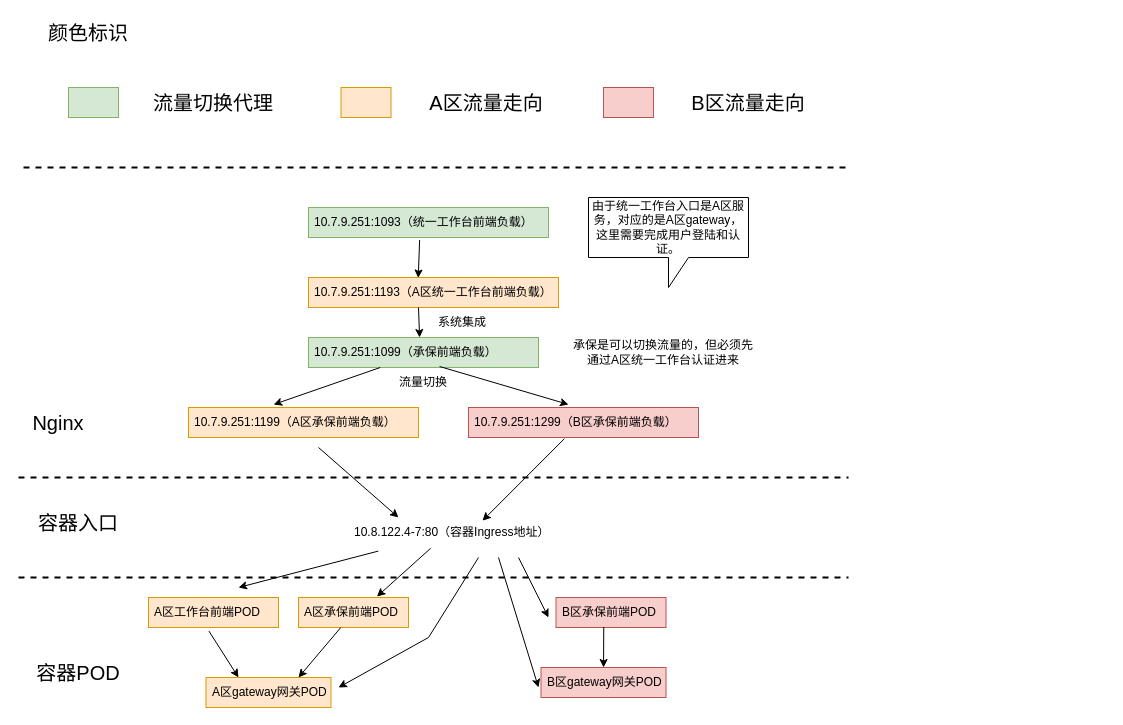
The draw.io diagram page "第 1 页" (1 of 4) of 网关代理架构图.drawio in java-zengguang/images, before the edit. Source tidied: cells renumbered, new cells numbered last; positions are measured from the earlier drawing's top-left corner, leaving out a move shared by most shapes. Both pictures are drawn from the tidied source at 100%, with x=0, y=0 at pixel (18, 17).
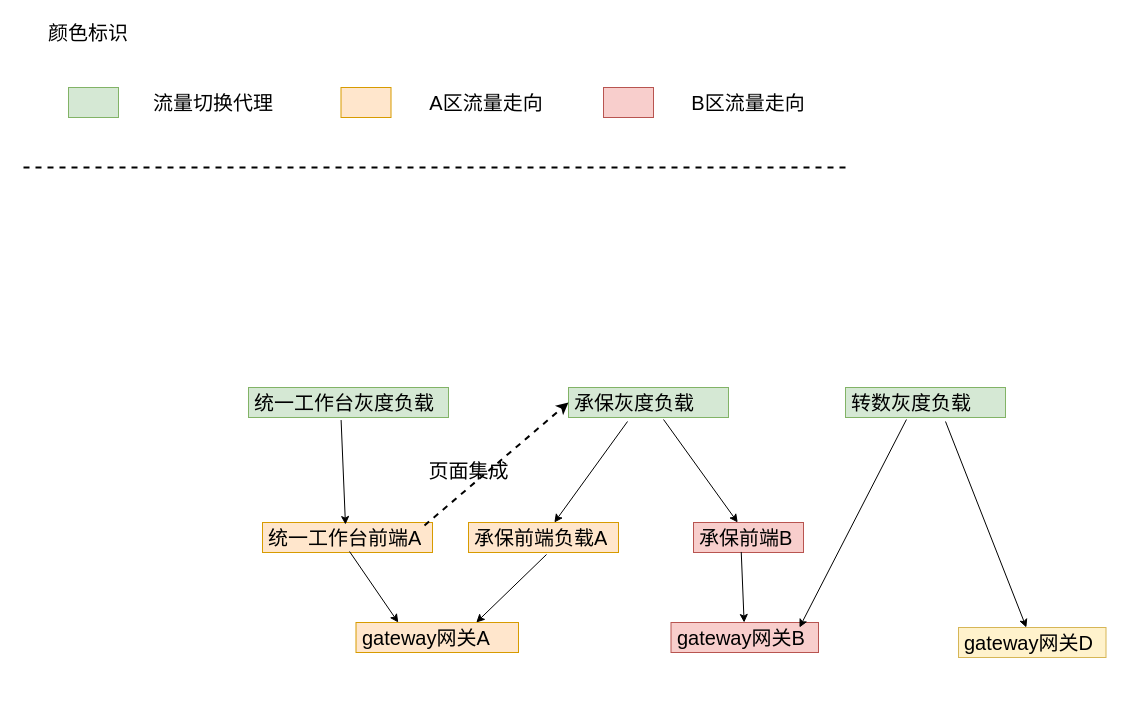
After the change.

What changed in the source:
```diff
@@
-    <mxCell id="2" style="endArrow=none;dashed=1;html=1;rounded=0;strokeWidth=2;" parent="1" edge="1">
-      <mxGeometry relative="1" as="geometry">
-        <mxPoint y="460" as="sourcePoint" />
-        <mxPoint x="830" y="460" as="targetPoint" />
-      </mxGeometry>
-    </mxCell>
-    <mxCell id="3" value="&lt;font style=&quot;font-size: 20px;&quot;&gt;Nginx&lt;/font&gt;" style="text;html=1;align=center;verticalAlign=middle;whiteSpace=wrap;rounded=0;" parent="1" vertex="1">
-      <mxGeometry x="10" y="390" width="60" height="30" as="geometry" />
-    </mxCell>
-    <mxCell id="4" value="10.7.9.251:1093（统一工作台前端负载）" style="text;strokeColor=#82b366;fillColor=#d5e8d4;align=left;verticalAlign=middle;spacingLeft=4;spacingRight=4;overflow=hidden;points=[[0,0.5],[1,0.5]];portConstraint=eastwest;whiteSpace=wrap;html=1;" parent="1" vertex="1">
-      <mxGeometry x="290" y="190" width="240" height="30" as="geometry" />
+    <mxCell id="4" value="&lt;font style=&quot;font-size: 20px;&quot;&gt;统一工作台灰度负载&lt;/font&gt;" style="text;strokeColor=#82b366;fillColor=#d5e8d4;align=left;verticalAlign=middle;spacingLeft=4;spacingRight=4;overflow=hidden;points=[[0,0.5],[1,0.5]];portConstraint=eastwest;whiteSpace=wrap;html=1;" parent="1" vertex="1">
+      <mxGeometry x="230" y="370" width="200" height="30" as="geometry" />
     </mxCell>
-    <mxCell id="5" value="10.7.9.251:1193（A区统一工作台前端负载）" style="text;strokeColor=#d79b00;fillColor=#ffe6cc;align=left;verticalAlign=middle;spacingLeft=4;spacingRight=4;overflow=hidden;points=[[0,0.5],[1,0.5]];portConstraint=eastwest;whiteSpace=wrap;html=1;" parent="1" vertex="1">
-      <mxGeometry x="290" y="260" width="250" height="30" as="geometry" />
+    <mxCell id="5" value="&lt;font style=&quot;font-size: 20px;&quot;&gt;统一工作台前端A&lt;/font&gt;" style="text;strokeColor=#d79b00;fillColor=#ffe6cc;align=left;verticalAlign=middle;spacingLeft=4;spacingRight=4;overflow=hidden;points=[[0,0.5],[1,0.5]];portConstraint=eastwest;whiteSpace=wrap;html=1;" parent="1" vertex="1">
+      <mxGeometry x="244" y="505" width="170" height="30" as="geometry" />
     </mxCell>
-    <mxCell id="6" style="endArrow=classic;html=1;rounded=0;exitX=0.463;exitY=1.085;exitDx=0;exitDy=0;exitPerimeter=0;entryX=0.439;entryY=0.016;entryDx=0;entryDy=0;entryPerimeter=0;" parent="1" edge="1" source="4" target="5">
+    <mxCell id="6" style="endArrow=classic;html=1;rounded=0;exitX=0.463;exitY=1.085;exitDx=0;exitDy=0;exitPerimeter=0;entryX=0.488;entryY=0.067;entryDx=0;entryDy=0;entryPerimeter=0;" parent="1" edge="1" source="4" target="5">
       <mxGeometry relative="1" as="geometry" />
     </mxCell>
-    <mxCell id="7" value="10.7.9.251:1099（承保前端负载）" style="text;strokeColor=#82b366;fillColor=#d5e8d4;align=left;verticalAlign=middle;spacingLeft=4;spacingRight=4;overflow=hidden;points=[[0,0.5],[1,0.5]];portConstraint=eastwest;whiteSpace=wrap;html=1;" parent="1" vertex="1">
-      <mxGeometry x="290" y="320" width="230" height="30" as="geometry" />
+    <mxCell id="7" value="&lt;font style=&quot;font-size: 20px;&quot;&gt;承保灰度负载&lt;/font&gt;" style="text;strokeColor=#82b366;fillColor=#d5e8d4;align=left;verticalAlign=middle;spacingLeft=4;spacingRight=4;overflow=hidden;points=[[0,0.5],[1,0.5]];portConstraint=eastwest;whiteSpace=wrap;html=1;" parent="1" vertex="1">
+      <mxGeometry x="550" y="370" width="160" height="30" as="geometry" />
     </mxCell>
-    <mxCell id="8" value="10.7.9.251:1199（A区承保前端负载）" style="text;strokeColor=#d79b00;fillColor=#ffe6cc;align=left;verticalAlign=middle;spacingLeft=4;spacingRight=4;overflow=hidden;points=[[0,0.5],[1,0.5]];portConstraint=eastwest;whiteSpace=wrap;html=1;" parent="1" vertex="1">
-      <mxGeometry x="170" y="390" width="230" height="30" as="geometry" />
+    <mxCell id="8" value="&lt;font style=&quot;font-size: 20px;&quot;&gt;承保前端负载A&lt;/font&gt;" style="text;strokeColor=#d79b00;fillColor=#ffe6cc;align=left;verticalAlign=middle;spacingLeft=4;spacingRight=4;overflow=hidden;points=[[0,0.5],[1,0.5]];portConstraint=eastwest;whiteSpace=wrap;html=1;" parent="1" vertex="1">
+      <mxGeometry x="450" y="505" width="150" height="30" as="geometry" />
     </mxCell>
-    <mxCell id="9" value="10.7.9.251:1299（B区承保前端负载）" style="text;strokeColor=#b85450;fillColor=#f8cecc;align=left;verticalAlign=middle;spacingLeft=4;spacingRight=4;overflow=hidden;points=[[0,0.5],[1,0.5]];portConstraint=eastwest;whiteSpace=wrap;html=1;" parent="1" vertex="1">
-      <mxGeometry x="450" y="390" width="230" height="30" as="geometry" />
-    </mxCell>
-    <mxCell id="10" style="endArrow=classic;html=1;rounded=0;entryX=0.37;entryY=-0.1;entryDx=0;entryDy=0;entryPerimeter=0;" parent="1" edge="1" source="7" target="8">
-      <mxGeometry relative="1" as="geometry" />
-    </mxCell>
-    <mxCell id="11" style="endArrow=classic;html=1;rounded=0;entryX=0.435;entryY=-0.1;entryDx=0;entryDy=0;entryPerimeter=0;exitX=0.57;exitY=0.967;exitDx=0;exitDy=0;exitPerimeter=0;" parent="1" edge="1" source="7" target="9">
-      <mxGeometry relative="1" as="geometry" />
-    </mxCell>
-    <mxCell id="12" style="endArrow=classic;html=1;rounded=0;entryX=0.483;entryY=0;entryDx=0;entryDy=0;entryPerimeter=0;" parent="1" edge="1" target="7">
-      <mxGeometry relative="1" as="geometry">
-        <mxPoint x="400" y="290" as="sourcePoint" />
-        <Array as="points">
-          <mxPoint x="400" y="290" />
-        </Array>
-      </mxGeometry>
-    </mxCell>
-    <mxCell id="13" value="系统集成" style="text;html=1;align=center;verticalAlign=middle;whiteSpace=wrap;rounded=0;" parent="1" vertex="1">
-      <mxGeometry x="414" y="290" width="60" height="30" as="geometry" />
-    </mxCell>
-    <mxCell id="14" value="流量切换" style="text;html=1;align=center;verticalAlign=middle;whiteSpace=wrap;rounded=0;" parent="1" vertex="1">
-      <mxGeometry x="375" y="350" width="60" height="30" as="geometry" />
-    </mxCell>
-    <mxCell id="15" value="&lt;font style=&quot;font-size: 20px;&quot;&gt;容器入口&lt;/font&gt;" style="text;html=1;align=center;verticalAlign=middle;whiteSpace=wrap;rounded=0;" parent="1" vertex="1">
-      <mxGeometry x="10" y="490" width="100" height="30" as="geometry" />
-    </mxCell>
-    <mxCell id="16" value="10.8.122.4-7:80（容器Ingress地址）" style="text;strokeColor=none;fillColor=none;align=left;verticalAlign=middle;spacingLeft=4;spacingRight=4;overflow=hidden;points=[[0,0.5],[1,0.5]];portConstraint=eastwest;whiteSpace=wrap;html=1;" parent="1" vertex="1">
-      <mxGeometry x="330" y="500" width="210" height="30" as="geometry" />
-    </mxCell>
-    <mxCell id="17" value="A区工作台前端POD" style="text;strokeColor=#d79b00;fillColor=#ffe6cc;align=left;verticalAlign=middle;spacingLeft=4;spacingRight=4;overflow=hidden;points=[[0,0.5],[1,0.5]];portConstraint=eastwest;whiteSpace=wrap;html=1;" parent="1" vertex="1">
-      <mxGeometry x="130" y="580" width="130" height="30" as="geometry" />
-    </mxCell>
-    <mxCell id="18" value="B区承保前端POD" style="text;strokeColor=#b85450;fillColor=#f8cecc;align=left;verticalAlign=middle;spacingLeft=4;spacingRight=4;overflow=hidden;points=[[0,0.5],[1,0.5]];portConstraint=eastwest;whiteSpace=wrap;html=1;" parent="1" vertex="1">
-      <mxGeometry x="537.5" y="580" width="110" height="30" as="geometry" />
+    <mxCell id="18" value="&lt;font style=&quot;font-size: 20px;&quot;&gt;承保前端B&lt;/font&gt;" style="text;strokeColor=#b85450;fillColor=#f8cecc;align=left;verticalAlign=middle;spacingLeft=4;spacingRight=4;overflow=hidden;points=[[0,0.5],[1,0.5]];portConstraint=eastwest;whiteSpace=wrap;html=1;" parent="1" vertex="1">
+      <mxGeometry x="675" y="505" width="110" height="30" as="geometry" />
     </mxCell>
-    <mxCell id="19" value="A区gateway网关POD" style="text;strokeColor=#d79b00;fillColor=#ffe6cc;align=left;verticalAlign=middle;spacingLeft=4;spacingRight=4;overflow=hidden;points=[[0,0.5],[1,0.5]];portConstraint=eastwest;whiteSpace=wrap;html=1;" parent="1" vertex="1">
-      <mxGeometry x="187.5" y="660" width="125" height="30" as="geometry" />
+    <mxCell id="19" value="&lt;font style=&quot;font-size: 20px;&quot;&gt;gateway网关A&lt;/font&gt;" style="text;strokeColor=#d79b00;fillColor=#ffe6cc;align=left;verticalAlign=middle;spacingLeft=4;spacingRight=4;overflow=hidden;points=[[0,0.5],[1,0.5]];portConstraint=eastwest;whiteSpace=wrap;html=1;" parent="1" vertex="1">
+      <mxGeometry x="337.5" y="605" width="162.5" height="30" as="geometry" />
     </mxCell>
-    <mxCell id="20" value="B区gateway网关POD" style="text;strokeColor=#b85450;fillColor=#f8cecc;align=left;verticalAlign=middle;spacingLeft=4;spacingRight=4;overflow=hidden;points=[[0,0.5],[1,0.5]];portConstraint=eastwest;whiteSpace=wrap;html=1;" parent="1" vertex="1">
-      <mxGeometry x="522.5" y="650" width="125" height="30" as="geometry" />
+    <mxCell id="20" value="&lt;font style=&quot;font-size: 20px;&quot;&gt;gateway网关B&lt;/font&gt;" style="text;strokeColor=#b85450;fillColor=#f8cecc;align=left;verticalAlign=middle;spacingLeft=4;spacingRight=4;overflow=hidden;points=[[0,0.5],[1,0.5]];portConstraint=eastwest;whiteSpace=wrap;html=1;" parent="1" vertex="1">
+      <mxGeometry x="652.5" y="605" width="147.5" height="30" as="geometry" />
     </mxCell>
-    <mxCell id="21" value="A区承保前端POD" style="text;strokeColor=#d79b00;fillColor=#ffe6cc;align=left;verticalAlign=middle;spacingLeft=4;spacingRight=4;overflow=hidden;points=[[0,0.5],[1,0.5]];portConstraint=eastwest;whiteSpace=wrap;html=1;" parent="1" vertex="1">
-      <mxGeometry x="280" y="580" width="110" height="30" as="geometry" />
-    </mxCell>
-    <mxCell id="22" style="endArrow=classic;html=1;rounded=0;entryX=0.26;entryY=0;entryDx=0;entryDy=0;entryPerimeter=0;exitX=0.465;exitY=1.12;exitDx=0;exitDy=0;exitPerimeter=0;" parent="1" edge="1" source="17" target="19">
+    <mxCell id="22" style="endArrow=classic;html=1;rounded=0;entryX=0.26;entryY=0;entryDx=0;entryDy=0;entryPerimeter=0;exitX=0.512;exitY=0.967;exitDx=0;exitDy=0;exitPerimeter=0;" parent="1" edge="1" source="5" target="19">
       <mxGeometry relative="1" as="geometry" />
     </mxCell>
-    <mxCell id="23" style="endArrow=classic;html=1;rounded=0;entryX=0.74;entryY=0;entryDx=0;entryDy=0;entryPerimeter=0;" parent="1" edge="1" source="21" target="19">
+    <mxCell id="23" style="endArrow=classic;html=1;rounded=0;entryX=0.74;entryY=0;entryDx=0;entryDy=0;entryPerimeter=0;exitX=0.52;exitY=1.067;exitDx=0;exitDy=0;exitPerimeter=0;" parent="1" edge="1" source="8" target="19">
       <mxGeometry relative="1" as="geometry" />
     </mxCell>
@@
-    <mxCell id="25" style="endArrow=classic;html=1;rounded=0;entryX=0.238;entryY=0;entryDx=0;entryDy=0;entryPerimeter=0;" parent="1" edge="1" target="16">
-      <mxGeometry relative="1" as="geometry">
-        <mxPoint x="300" y="430" as="sourcePoint" />
-      </mxGeometry>
-    </mxCell>
-    <mxCell id="26" style="endArrow=classic;html=1;rounded=0;entryX=0.638;entryY=0.108;entryDx=0;entryDy=0;entryPerimeter=0;exitX=0.417;exitY=1.039;exitDx=0;exitDy=0;exitPerimeter=0;" parent="1" edge="1" source="9" target="16">
-      <mxGeometry relative="1" as="geometry" />
-    </mxCell>
-    <mxCell id="27" style="endArrow=none;dashed=1;html=1;strokeWidth=2;rounded=0;" parent="1" edge="1">
-      <mxGeometry relative="1" as="geometry">
-        <mxPoint y="560" as="sourcePoint" />
-        <mxPoint x="830" y="560" as="targetPoint" />
-      </mxGeometry>
-    </mxCell>
-    <mxCell id="28" value="&lt;font style=&quot;font-size: 20px;&quot;&gt;容器POD&lt;/font&gt;" style="text;html=1;align=center;verticalAlign=middle;whiteSpace=wrap;rounded=0;" parent="1" vertex="1">
-      <mxGeometry x="10" y="640" width="100" height="30" as="geometry" />
-    </mxCell>
-    <mxCell id="29" style="endArrow=classic;html=1;rounded=0;exitX=0.142;exitY=1.12;exitDx=0;exitDy=0;exitPerimeter=0;" parent="1" edge="1" source="16">
-      <mxGeometry relative="1" as="geometry">
-        <mxPoint x="220" y="570" as="targetPoint" />
-      </mxGeometry>
-    </mxCell>
-    <mxCell id="30" style="endArrow=classic;html=1;rounded=0;entryX=0.713;entryY=-0.03;entryDx=0;entryDy=0;entryPerimeter=0;exitX=0.391;exitY=1.028;exitDx=0;exitDy=0;exitPerimeter=0;" parent="1" edge="1" source="16" target="21">
-      <mxGeometry relative="1" as="geometry" />
-    </mxCell>
-    <mxCell id="31" style="endArrow=classic;html=1;rounded=0;" parent="1" edge="1">
-      <mxGeometry relative="1" as="geometry">
-        <mxPoint x="460" y="540" as="sourcePoint" />
-        <mxPoint x="320" y="670" as="targetPoint" />
-        <Array as="points">
-          <mxPoint x="410" y="620" />
-        </Array>
-      </mxGeometry>
-    </mxCell>
-    <mxCell id="32" style="endArrow=classic;html=1;rounded=0;" parent="1" edge="1">
-      <mxGeometry relative="1" as="geometry">
-        <mxPoint x="500" y="540" as="sourcePoint" />
-        <mxPoint x="530" y="600" as="targetPoint" />
-      </mxGeometry>
-    </mxCell>
-    <mxCell id="33" style="endArrow=classic;html=1;rounded=0;" parent="1" edge="1">
-      <mxGeometry relative="1" as="geometry">
-        <mxPoint x="480" y="540" as="sourcePoint" />
-        <mxPoint x="520" y="670" as="targetPoint" />
-      </mxGeometry>
-    </mxCell>
-    <mxCell id="34" value="由于统一工作台入口是A区服务，对应的是A区gateway，这里需要完成用户登陆和认证。" style="shape=callout;whiteSpace=wrap;html=1;perimeter=calloutPerimeter;" parent="1" vertex="1">
-      <mxGeometry x="570" y="180" width="160" height="90" as="geometry" />
-    </mxCell>
-    <mxCell id="35" value="承保是可以切换流量的，但必须先通过A区统一工作台认证进来" style="text;html=1;align=center;verticalAlign=middle;whiteSpace=wrap;rounded=0;" parent="1" vertex="1">
-      <mxGeometry x="550" y="320" width="190" height="30" as="geometry" />
-    </mxCell>
@@
+    <mxCell id="44" value="&lt;span style=&quot;font-size: 20px;&quot;&gt;转数灰度负载&lt;/span&gt;" style="text;strokeColor=#82b366;fillColor=#d5e8d4;align=left;verticalAlign=middle;spacingLeft=4;spacingRight=4;overflow=hidden;points=[[0,0.5],[1,0.5]];portConstraint=eastwest;whiteSpace=wrap;html=1;" parent="1" vertex="1">
+      <mxGeometry x="827" y="370" width="160" height="30" as="geometry" />
+    </mxCell>
+    <mxCell id="45" value="&lt;font style=&quot;font-size: 20px;&quot;&gt;gateway网关D&lt;/font&gt;" style="text;strokeColor=#d6b656;fillColor=#fff2cc;align=left;verticalAlign=middle;spacingLeft=4;spacingRight=4;overflow=hidden;points=[[0,0.5],[1,0.5]];portConstraint=eastwest;whiteSpace=wrap;html=1;" parent="1" vertex="1">
+      <mxGeometry x="940" y="610" width="147.5" height="30" as="geometry" />
+    </mxCell>
+    <mxCell id="10" style="endArrow=classic;html=1;rounded=0;exitX=0.369;exitY=1.133;exitDx=0;exitDy=0;exitPerimeter=0;" parent="1" edge="1" source="7" target="8">
+      <mxGeometry relative="1" as="geometry" />
+    </mxCell>
+    <mxCell id="46" style="endArrow=classic;html=1;rounded=0;exitX=0.594;exitY=1.067;exitDx=0;exitDy=0;exitPerimeter=0;" parent="1" edge="1" source="7" target="18">
+      <mxGeometry relative="1" as="geometry" />
+    </mxCell>
+    <mxCell id="47" style="endArrow=classic;html=1;rounded=0;exitX=0.381;exitY=1.067;exitDx=0;exitDy=0;exitPerimeter=0;entryX=0.871;entryY=0.167;entryDx=0;entryDy=0;entryPerimeter=0;" parent="1" edge="1" source="44" target="20">
+      <mxGeometry relative="1" as="geometry" />
+    </mxCell>
+    <mxCell id="48" style="endArrow=classic;html=1;rounded=0;exitX=0.625;exitY=1.133;exitDx=0;exitDy=0;exitPerimeter=0;" parent="1" edge="1" source="44" target="45">
+      <mxGeometry relative="1" as="geometry" />
+    </mxCell>
+    <mxCell id="49" style="endArrow=classic;html=1;rounded=0;dashed=1;strokeWidth=2;entryX=0;entryY=0.5;entryDx=0;entryDy=0;exitX=0.953;exitY=0.1;exitDx=0;exitDy=0;exitPerimeter=0;" parent="1" edge="1" source="5" target="7">
+      <mxGeometry relative="1" as="geometry" />
+    </mxCell>
+    <mxCell id="50" value="&lt;font style=&quot;font-size: 20px;&quot;&gt;页面集成&lt;/font&gt;" style="text;html=1;align=center;verticalAlign=middle;strokeColor=none;fillColor=none;" parent="1" vertex="1">
+      <mxGeometry x="400" y="433" width="100" height="40" as="geometry" />
+    </mxCell>
```
